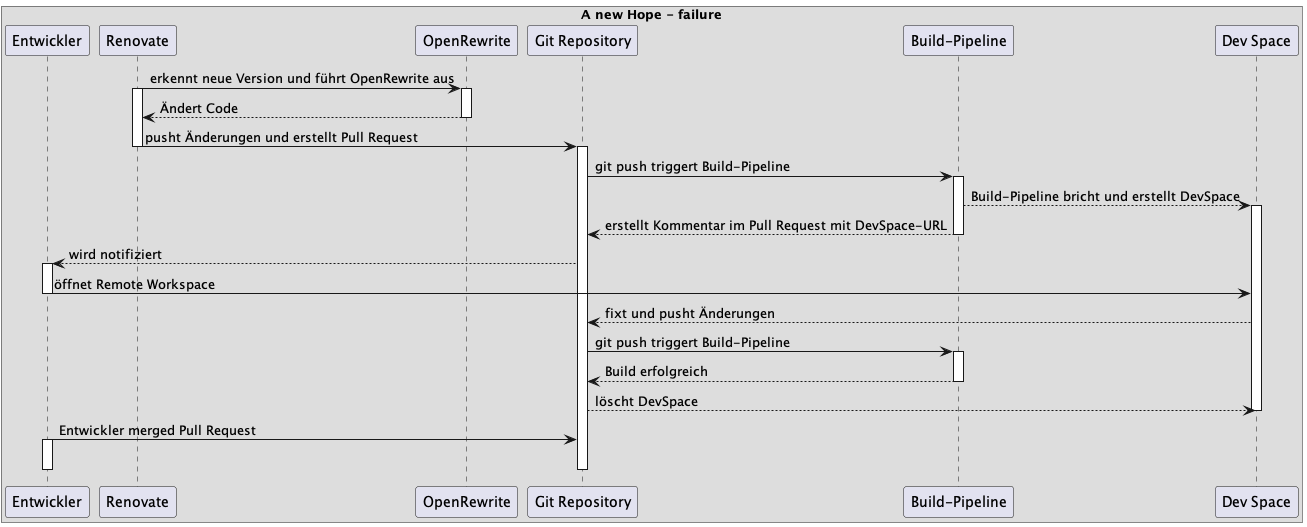
Earlier version of the PlantUML export diagrams/png/failure-sequence.png (gattma/renovate).
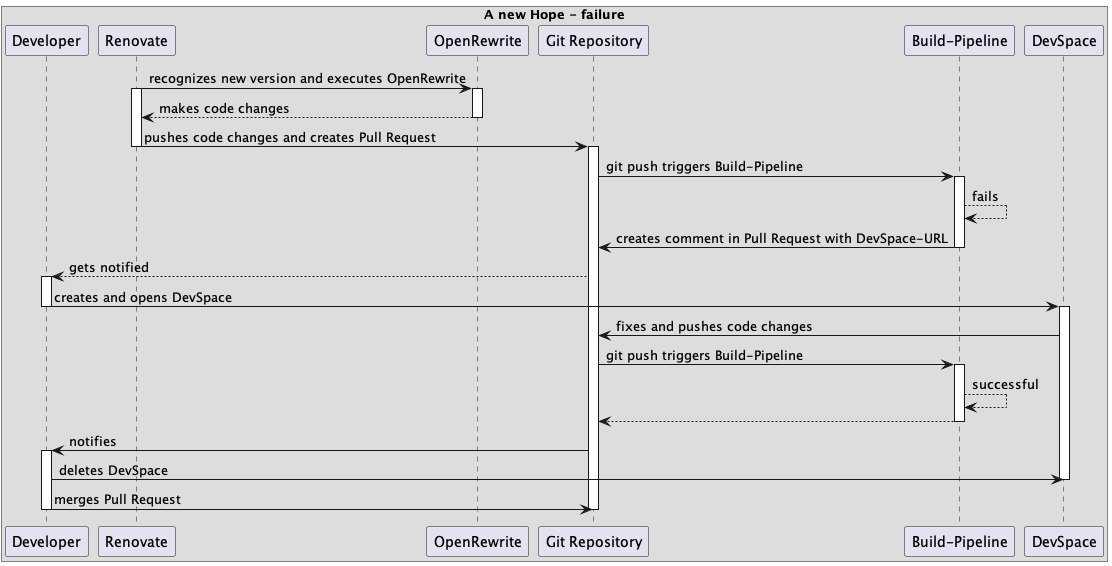
Later version of the same file.

Commit message:
refactor sequence diagrams

What changed in the source:
```diff
@@ -1,44 +1,50 @@
 @startuml
 box A new Hope - failure
-participant Entwickler
+participant Developer
 
 participant Renovate
 
-Renovate -> OpenRewrite : erkennt neue Version und führt OpenRewrite aus
+Renovate -> OpenRewrite : recognizes new version and executes OpenRewrite
 activate Renovate
 activate OpenRewrite
 
-OpenRewrite --> Renovate : Ändert Code
+OpenRewrite --> Renovate : makes code changes
 deactivate OpenRewrite
 
-Renovate -> "Git Repository" : pusht Änderungen und erstellt Pull Request
+Renovate -> "Git Repository" : pushes code changes and creates Pull Request
 deactivate Renovate
 activate "Git Repository"
 
-"Git Repository" -> "Build-Pipeline" : git push triggert Build-Pipeline
+"Git Repository" -> "Build-Pipeline" : git push triggers Build-Pipeline
 activate "Build-Pipeline"
-"Build-Pipeline" --> "Dev Space" : Build-Pipeline bricht und erstellt DevSpace
-activate "Dev Space"
-"Build-Pipeline" --> "Git Repository" : erstellt Kommentar im Pull Request mit DevSpace-URL
+"Build-Pipeline" --> "Build-Pipeline" : fails
+"Build-Pipeline" -> "Git Repository" : creates comment in Pull Request with DevSpace-URL
 deactivate "Build-Pipeline"
 
-"Git Repository" --> Entwickler : wird notifiziert
-activate Entwickler
-Entwickler -> "Dev Space" : öffnet Remote Workspace
-deactivate Entwickler
+"Git Repository" --> Developer : gets notified
+activate Developer
+Developer -> DevSpace : creates and opens DevSpace
+deactivate Developer
+activate DevSpace
 
-"Dev Space" --> "Git Repository" : fixt und pusht Änderungen
+DevSpace -> "Git Repository" : fixes and pushes code changes
 
-"Git Repository" -> "Build-Pipeline" : git push triggert Build-Pipeline
+"Git Repository" -> "Build-Pipeline" : git push triggers Build-Pipeline
 activate "Build-Pipeline"
-"Build-Pipeline" --> "Git Repository" : Build erfolgreich
+"Build-Pipeline" --> "Build-Pipeline" : successful
+"Build-Pipeline" --> "Git Repository" :
 deactivate "Build-Pipeline"
-"Git Repository" --> "Dev Space" : löscht DevSpace
-deactivate "Dev Space"
 
-Entwickler -> "Git Repository" : Entwickler merged Pull Request
-activate Entwickler
-deactivate Entwickler
+"Git Repository" -> Developer : notifies
+activate Developer
+
+Developer -> DevSpace : deletes DevSpace
+deactivate DevSpace
+
+
+
+Developer -> "Git Repository" : merges Pull Request
+deactivate Developer
 
 deactivate "Git Repository"
 
```
